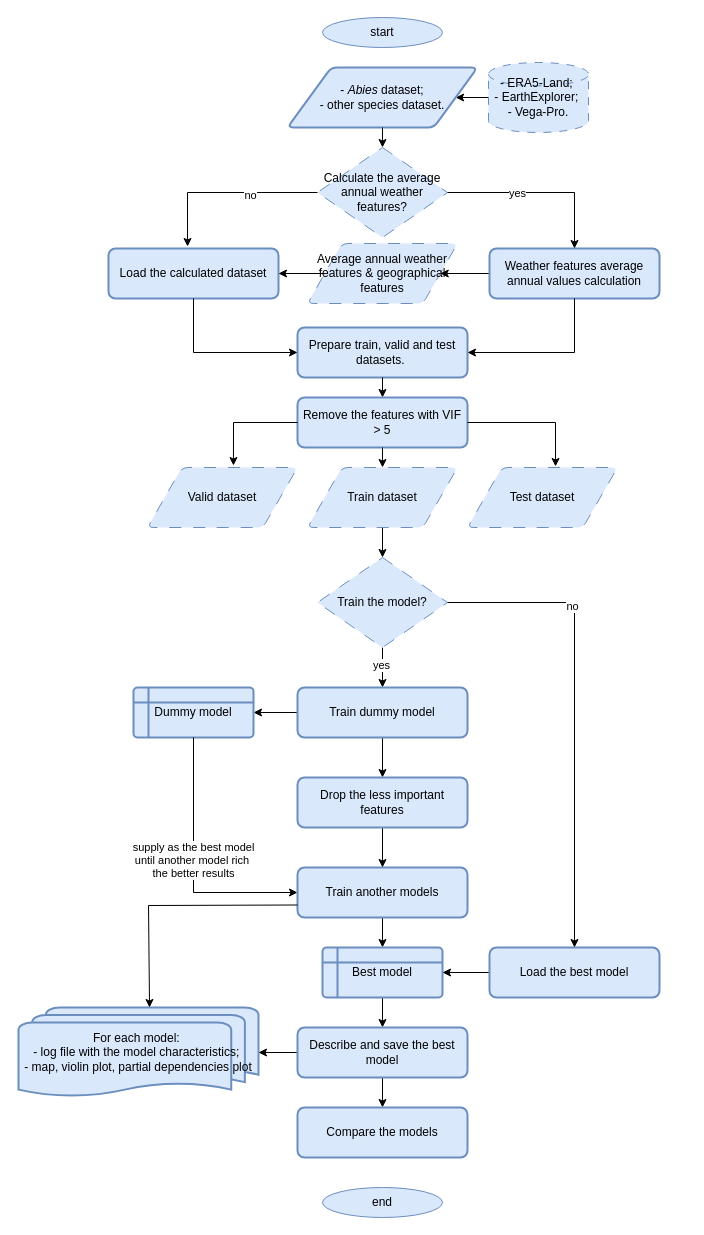
The draw.io diagram pipeline_current_area.drawio in SawerBeetle/abies_area_modelling, before the edit. Source tidied: cells renumbered, new cells numbered last; positions are measured from the earlier drawing's top-left corner, leaving out a move shared by most shapes. Both pictures are drawn from the tidied source at 100%, with x=0, y=0 at pixel (18, 17).
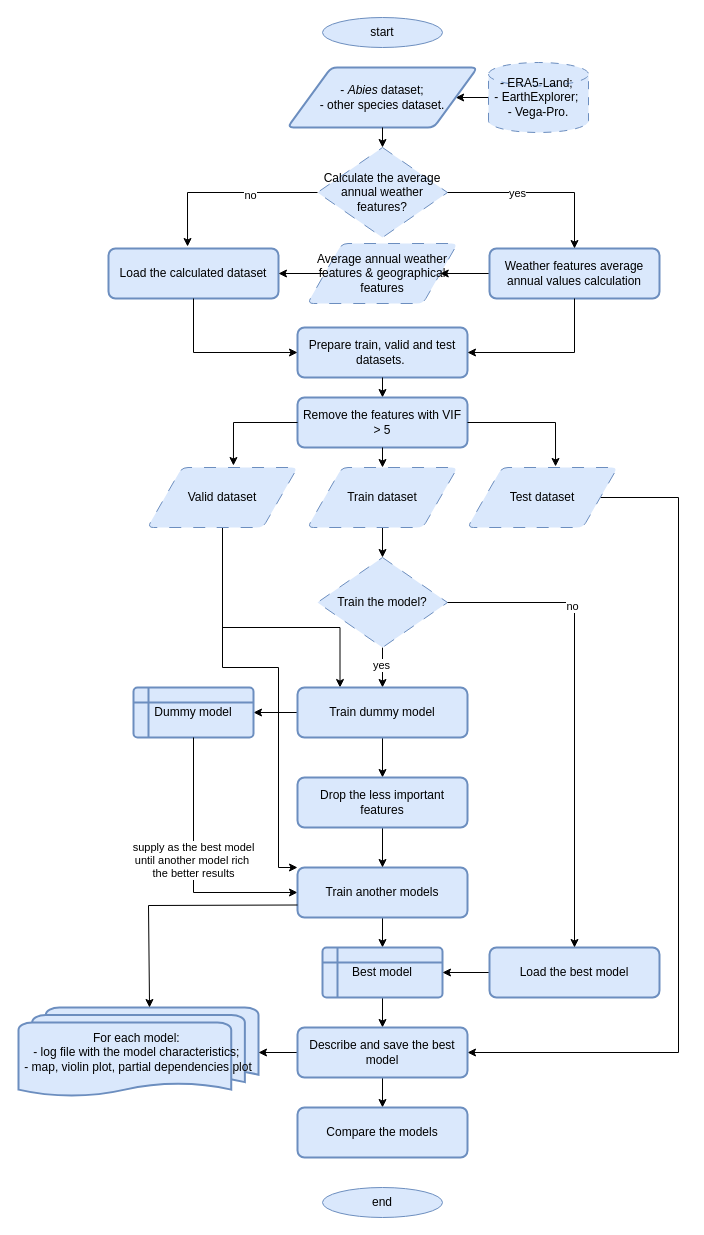
After the change.

The change refers to these unchanged cells:
```xml
<mxCell id="22" value="Test dataset" style="shape=parallelogram;html=1;strokeWidth=1;perimeter=parallelogramPerimeter;whiteSpace=wrap;rounded=1;arcSize=12;size=0.23;fillColor=#dae8fc;strokeColor=#6c8ebf;dashed=1;dashPattern=12 12;" parent="1" vertex="1">
  <mxGeometry x="449" y="450" width="150" height="60" as="geometry" />
</mxCell>
<mxCell id="25" value="Valid dataset" style="shape=parallelogram;html=1;strokeWidth=1;perimeter=parallelogramPerimeter;whiteSpace=wrap;rounded=1;arcSize=12;size=0.23;fillColor=#dae8fc;strokeColor=#6c8ebf;dashed=1;dashPattern=12 12;" parent="1" vertex="1">
  <mxGeometry x="129" y="450" width="150" height="60" as="geometry" />
</mxCell>
<mxCell id="34" value="Train dummy model" style="rounded=1;whiteSpace=wrap;html=1;absoluteArcSize=1;arcSize=14;strokeWidth=2;fillColor=#dae8fc;strokeColor=#6c8ebf;" parent="1" vertex="1">
  <mxGeometry x="279" y="670" width="170" height="50" as="geometry" />
</mxCell>
<mxCell id="39" value="Train another models" style="rounded=1;whiteSpace=wrap;html=1;absoluteArcSize=1;arcSize=14;strokeWidth=2;fillColor=#dae8fc;strokeColor=#6c8ebf;" parent="1" vertex="1">
  <mxGeometry x="279" y="850" width="170" height="50" as="geometry" />
</mxCell>
<mxCell id="52" value="Describe and save the best model" style="rounded=1;whiteSpace=wrap;html=1;absoluteArcSize=1;arcSize=14;strokeWidth=2;fillColor=#dae8fc;strokeColor=#6c8ebf;" parent="1" vertex="1">
  <mxGeometry x="279" y="1010" width="170" height="50" as="geometry" />
</mxCell>
```

Change to the diagram source:
```diff
@@
+    <mxCell id="55" style="edgeStyle=orthogonalEdgeStyle;rounded=0;jettySize=auto;html=1;entryX=1;entryY=0.5;entryDx=0;entryDy=0;" parent="1" edge="1" source="22" target="52">
+      <mxGeometry relative="1" as="geometry">
+        <Array as="points">
+          <mxPoint x="660" y="480" />
+          <mxPoint x="660" y="1035" />
+        </Array>
+      </mxGeometry>
+    </mxCell>
@@
+    <mxCell id="56" style="edgeStyle=orthogonalEdgeStyle;rounded=0;jettySize=auto;html=1;entryX=0.25;entryY=0;entryDx=0;entryDy=0;" parent="1" edge="1" source="25" target="34">
+      <mxGeometry relative="1" as="geometry">
+        <Array as="points">
+          <mxPoint x="204" y="610" />
+          <mxPoint x="321.5" y="610" />
+        </Array>
+      </mxGeometry>
+    </mxCell>
+    <mxCell id="57" style="edgeStyle=orthogonalEdgeStyle;rounded=0;jettySize=auto;html=1;entryX=0;entryY=0;entryDx=0;entryDy=0;" parent="1" edge="1" source="25" target="39">
+      <mxGeometry relative="1" as="geometry">
+        <Array as="points">
+          <mxPoint x="204" y="650" />
+          <mxPoint x="260" y="650" />
+          <mxPoint x="260" y="850" />
+        </Array>
+      </mxGeometry>
+    </mxCell>
```
